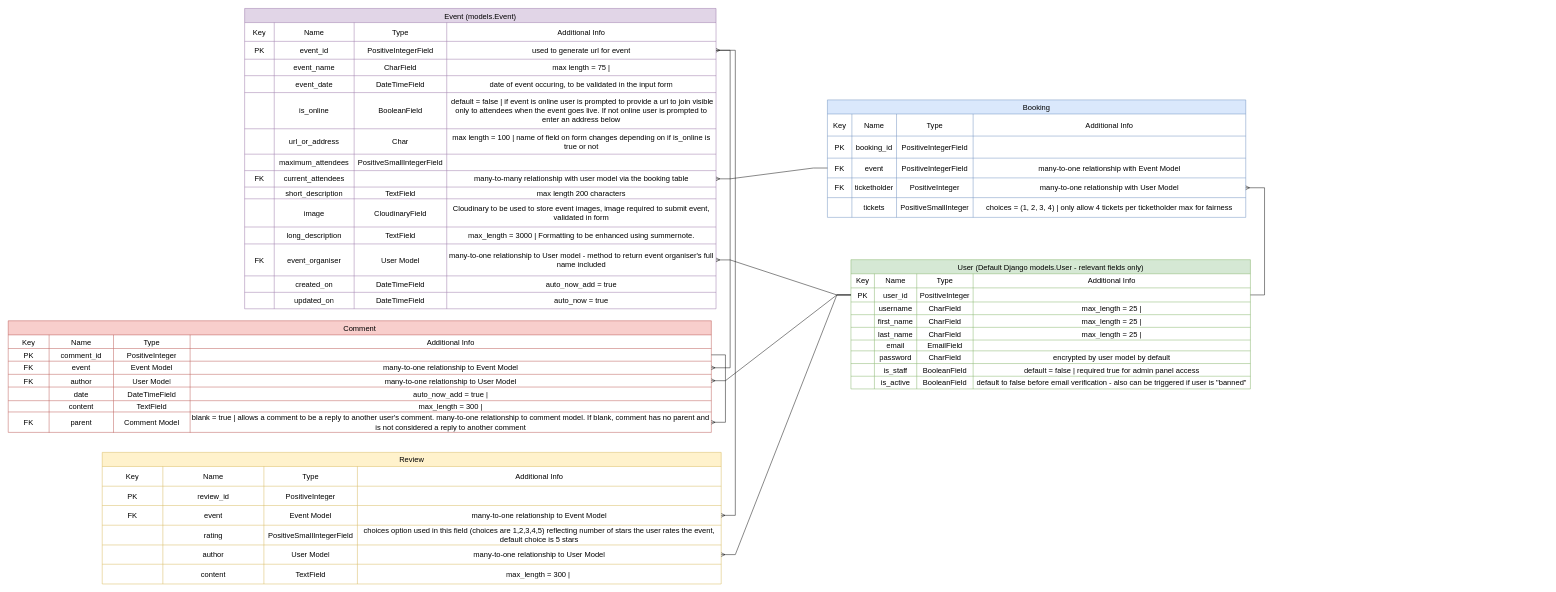
Above: documentation/diagrams/ourglass_model_erd.drawio in Morgana-S/ourglass (draw.io), before the change. Source tidied: cells renumbered, new cells numbered last; positions are measured from the earlier drawing's top-left corner, leaving out a move shared by most shapes. Both pictures are drawn from the tidied source at 47%, with x=0, y=0 at pixel (8, 8).
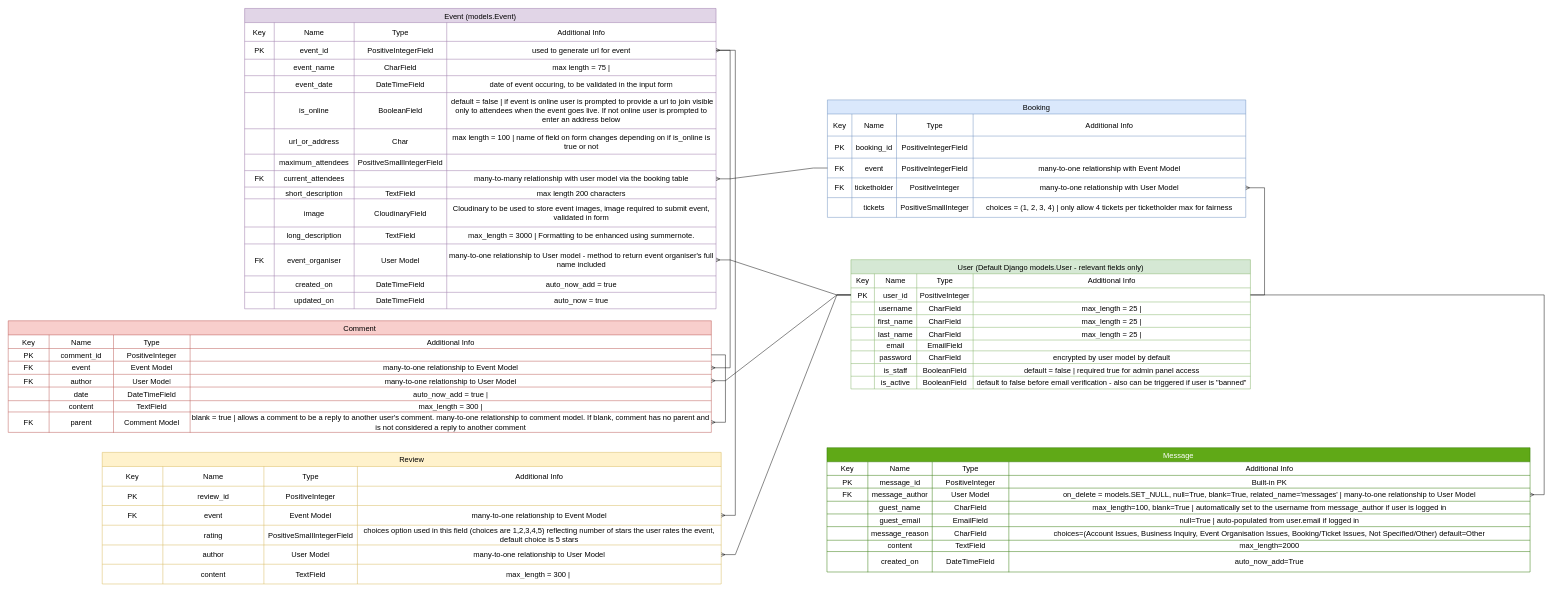
After the change.

Commit message:
Update ERD with message model

The change refers to these unchanged cells:
```xml
<mxCell id="8" style="shape=tableRow;horizontal=0;startSize=0;swimlaneHead=0;swimlaneBody=0;strokeColor=inherit;top=0;left=0;bottom=0;right=0;fillColor=none;points=[[0,0.5],[1,0.5]];portConstraint=eastwest;fontSize=16;" parent="2" vertex="1">
  <mxGeometry y="60" width="850" height="30" as="geometry" />
</mxCell>
```

What changed in the source:
```diff
@@
+    <mxCell id="221" value="Message" style="shape=table;startSize=30;childLayout=tableLayout;strokeColor=#2D7600;fontSize=16;fillColor=#60a917;fontColor=#ffffff;" parent="1" vertex="1">
+      <mxGeometry x="1742" y="934" width="1496" height="264.5" as="geometry" />
+    </mxCell>
+    <mxCell id="222" style="shape=tableRow;horizontal=0;startSize=0;swimlaneHead=0;swimlaneBody=0;strokeColor=inherit;top=0;left=0;bottom=0;right=0;fillColor=none;fontSize=16;" parent="221" vertex="1">
+      <mxGeometry y="30" width="1496" height="29" as="geometry" />
+    </mxCell>
+    <mxCell id="223" value="Key" style="shape=partialRectangle;html=1;whiteSpace=wrap;strokeColor=inherit;overflow=hidden;fillColor=none;top=0;left=0;bottom=0;right=0;fontSize=16;" parent="222" vertex="1">
+      <mxGeometry width="87" height="29" as="geometry" />
+    </mxCell>
+    <mxCell id="224" value="Name" style="shape=partialRectangle;html=1;whiteSpace=wrap;strokeColor=inherit;overflow=hidden;fillColor=none;top=0;left=0;bottom=0;right=0;fontSize=16;" parent="222" vertex="1">
+      <mxGeometry x="87" width="137" height="29" as="geometry" />
+    </mxCell>
+    <mxCell id="225" value="Type" style="shape=partialRectangle;html=1;whiteSpace=wrap;strokeColor=inherit;overflow=hidden;fillColor=none;top=0;left=0;bottom=0;right=0;fontSize=16;" parent="222" vertex="1">
+      <mxGeometry x="224" width="163" height="29" as="geometry" />
+    </mxCell>
+    <mxCell id="226" value="Additional Info" style="shape=partialRectangle;html=1;whiteSpace=wrap;strokeColor=inherit;overflow=hidden;fillColor=none;top=0;left=0;bottom=0;right=0;fontSize=16;" parent="222" vertex="1">
+      <mxGeometry x="387" width="1109" height="29" as="geometry" />
+    </mxCell>
+    <mxCell id="227" style="shape=tableRow;horizontal=0;startSize=0;swimlaneHead=0;swimlaneBody=0;strokeColor=inherit;top=0;left=0;bottom=0;right=0;fillColor=none;fontSize=16;" parent="221" vertex="1">
+      <mxGeometry y="59" width="1496" height="27" as="geometry" />
+    </mxCell>
+    <mxCell id="228" value="PK" style="shape=partialRectangle;html=1;whiteSpace=wrap;strokeColor=inherit;overflow=hidden;fillColor=none;top=0;left=0;bottom=0;right=0;fontSize=16;" parent="227" vertex="1">
+      <mxGeometry width="87" height="27" as="geometry" />
+    </mxCell>
+    <mxCell id="229" value="message_id" style="shape=partialRectangle;html=1;whiteSpace=wrap;strokeColor=inherit;overflow=hidden;fillColor=none;top=0;left=0;bottom=0;right=0;fontSize=16;" parent="227" vertex="1">
+      <mxGeometry x="87" width="137" height="27" as="geometry" />
+    </mxCell>
+    <mxCell id="230" value="PositiveInteger" style="shape=partialRectangle;html=1;whiteSpace=wrap;strokeColor=inherit;overflow=hidden;fillColor=none;top=0;left=0;bottom=0;right=0;fontSize=16;" parent="227" vertex="1">
+      <mxGeometry x="224" width="163" height="27" as="geometry" />
+    </mxCell>
+    <mxCell id="231" value="Built-in PK" style="shape=partialRectangle;html=1;whiteSpace=wrap;strokeColor=inherit;overflow=hidden;fillColor=none;top=0;left=0;bottom=0;right=0;fontSize=16;" parent="227" vertex="1">
+      <mxGeometry x="387" width="1109" height="27" as="geometry" />
+    </mxCell>
+    <mxCell id="232" style="shape=tableRow;horizontal=0;startSize=0;swimlaneHead=0;swimlaneBody=0;strokeColor=inherit;top=0;left=0;bottom=0;right=0;fillColor=none;points=[[0,0.5],[1,0.5]];portConstraint=eastwest;fontSize=16;" parent="221" vertex="1">
+      <mxGeometry y="86" width="1496" height="28" as="geometry" />
+    </mxCell>
+    <mxCell id="233" value="FK" style="shape=partialRectangle;html=1;whiteSpace=wrap;strokeColor=inherit;overflow=hidden;fillColor=none;top=0;left=0;bottom=0;right=0;fontSize=16;" parent="232" vertex="1">
+      <mxGeometry width="87" height="28" as="geometry" />
+    </mxCell>
+    <mxCell id="234" value="message_author" style="shape=partialRectangle;html=1;whiteSpace=wrap;strokeColor=inherit;overflow=hidden;fillColor=none;top=0;left=0;bottom=0;right=0;fontSize=16;" parent="232" vertex="1">
+      <mxGeometry x="87" width="137" height="28" as="geometry" />
+    </mxCell>
+    <mxCell id="235" value="User Model" style="shape=partialRectangle;html=1;whiteSpace=wrap;strokeColor=inherit;overflow=hidden;fillColor=none;top=0;left=0;bottom=0;right=0;fontSize=16;" parent="232" vertex="1">
+      <mxGeometry x="224" width="163" height="28" as="geometry" />
+    </mxCell>
+    <mxCell id="236" value="on_delete = models.SET_NULL, null=True, blank=True, related_name='messages' | many-to-one relationship to User Model" style="shape=partialRectangle;html=1;whiteSpace=wrap;strokeColor=inherit;overflow=hidden;fillColor=none;top=0;left=0;bottom=0;right=0;fontSize=16;" parent="232" vertex="1">
+      <mxGeometry x="387" width="1109" height="28" as="geometry" />
+    </mxCell>
+    <mxCell id="237" style="shape=tableRow;horizontal=0;startSize=0;swimlaneHead=0;swimlaneBody=0;strokeColor=inherit;top=0;left=0;bottom=0;right=0;fillColor=none;fontSize=16;" parent="221" vertex="1">
+      <mxGeometry y="114" width="1496" height="27" as="geometry" />
+    </mxCell>
+    <mxCell id="238" style="shape=partialRectangle;html=1;whiteSpace=wrap;strokeColor=inherit;overflow=hidden;fillColor=none;top=0;left=0;bottom=0;right=0;fontSize=16;" parent="237" vertex="1">
+      <mxGeometry width="87" height="27" as="geometry" />
+    </mxCell>
+    <mxCell id="239" value="guest_name" style="shape=partialRectangle;html=1;whiteSpace=wrap;strokeColor=inherit;overflow=hidden;fillColor=none;top=0;left=0;bottom=0;right=0;fontSize=16;" parent="237" vertex="1">
+      <mxGeometry x="87" width="137" height="27" as="geometry" />
+    </mxCell>
+    <mxCell id="240" value="CharField" style="shape=partialRectangle;html=1;whiteSpace=wrap;strokeColor=inherit;overflow=hidden;fillColor=none;top=0;left=0;bottom=0;right=0;fontSize=16;" parent="237" vertex="1">
+      <mxGeometry x="224" width="163" height="27" as="geometry" />
+    </mxCell>
+    <mxCell id="241" value="max_length=100, blank=True | automatically set to the username from message_author if user is logged in" style="shape=partialRectangle;html=1;whiteSpace=wrap;strokeColor=inherit;overflow=hidden;fillColor=none;top=0;left=0;bottom=0;right=0;fontSize=16;" parent="237" vertex="1">
+      <mxGeometry x="387" width="1109" height="27" as="geometry" />
+    </mxCell>
+    <mxCell id="242" style="shape=tableRow;horizontal=0;startSize=0;swimlaneHead=0;swimlaneBody=0;strokeColor=inherit;top=0;left=0;bottom=0;right=0;fillColor=none;fontSize=16;" parent="221" vertex="1">
+      <mxGeometry y="141" width="1496" height="27" as="geometry" />
+    </mxCell>
+    <mxCell id="243" style="shape=partialRectangle;html=1;whiteSpace=wrap;strokeColor=inherit;overflow=hidden;fillColor=none;top=0;left=0;bottom=0;right=0;fontSize=16;" parent="242" vertex="1">
+      <mxGeometry width="87" height="27" as="geometry" />
+    </mxCell>
+    <mxCell id="244" value="guest_email" style="shape=partialRectangle;html=1;whiteSpace=wrap;strokeColor=inherit;overflow=hidden;fillColor=none;top=0;left=0;bottom=0;right=0;fontSize=16;" parent="242" vertex="1">
+      <mxGeometry x="87" width="137" height="27" as="geometry" />
+    </mxCell>
+    <mxCell id="245" value="EmailField" style="shape=partialRectangle;html=1;whiteSpace=wrap;strokeColor=inherit;overflow=hidden;fillColor=none;top=0;left=0;bottom=0;right=0;fontSize=16;" parent="242" vertex="1">
+      <mxGeometry x="224" width="163" height="27" as="geometry" />
+    </mxCell>
+    <mxCell id="246" value="null=True | auto-populated from user.email if logged in" style="shape=partialRectangle;html=1;whiteSpace=wrap;strokeColor=inherit;overflow=hidden;fillColor=none;top=0;left=0;bottom=0;right=0;fontSize=16;" parent="242" vertex="1">
+      <mxGeometry x="387" width="1109" height="27" as="geometry" />
+    </mxCell>
+    <mxCell id="247" style="shape=tableRow;horizontal=0;startSize=0;swimlaneHead=0;swimlaneBody=0;strokeColor=inherit;top=0;left=0;bottom=0;right=0;fillColor=none;fontSize=16;" parent="221" vertex="1">
+      <mxGeometry y="168" width="1496" height="29" as="geometry" />
+    </mxCell>
+    <mxCell id="248" style="shape=partialRectangle;html=1;whiteSpace=wrap;strokeColor=inherit;overflow=hidden;fillColor=none;top=0;left=0;bottom=0;right=0;fontSize=16;" parent="247" vertex="1">
+      <mxGeometry width="87" height="29" as="geometry" />
+    </mxCell>
+    <mxCell id="249" value="message_reason" style="shape=partialRectangle;html=1;whiteSpace=wrap;strokeColor=inherit;overflow=hidden;fillColor=none;top=0;left=0;bottom=0;right=0;fontSize=16;" parent="247" vertex="1">
+      <mxGeometry x="87" width="137" height="29" as="geometry" />
+    </mxCell>
+    <mxCell id="250" value="CharField" style="shape=partialRectangle;html=1;whiteSpace=wrap;strokeColor=inherit;overflow=hidden;fillColor=none;top=0;left=0;bottom=0;right=0;fontSize=16;" parent="247" vertex="1">
+      <mxGeometry x="224" width="163" height="29" as="geometry" />
+    </mxCell>
+    <mxCell id="251" value="choices=(Account Issues, Business Inquiry, Event Organisation Issues, Booking/Ticket Issues, Not Specified/Other) default=Other" style="shape=partialRectangle;html=1;whiteSpace=wrap;strokeColor=inherit;overflow=hidden;fillColor=none;top=0;left=0;bottom=0;right=0;fontSize=16;" parent="247" vertex="1">
+      <mxGeometry x="387" width="1109" height="29" as="geometry" />
+    </mxCell>
+    <mxCell id="252" style="shape=tableRow;horizontal=0;startSize=0;swimlaneHead=0;swimlaneBody=0;strokeColor=inherit;top=0;left=0;bottom=0;right=0;fillColor=none;fontSize=16;" parent="221" vertex="1">
+      <mxGeometry y="197" width="1496" height="24" as="geometry" />
+    </mxCell>
+    <mxCell id="253" style="shape=partialRectangle;html=1;whiteSpace=wrap;strokeColor=inherit;overflow=hidden;fillColor=none;top=0;left=0;bottom=0;right=0;fontSize=16;" parent="252" vertex="1">
+      <mxGeometry width="87" height="24" as="geometry" />
+    </mxCell>
+    <mxCell id="254" value="content" style="shape=partialRectangle;html=1;whiteSpace=wrap;strokeColor=inherit;overflow=hidden;fillColor=none;top=0;left=0;bottom=0;right=0;fontSize=16;" parent="252" vertex="1">
+      <mxGeometry x="87" width="137" height="24" as="geometry" />
+    </mxCell>
+    <mxCell id="255" value="TextField" style="shape=partialRectangle;html=1;whiteSpace=wrap;strokeColor=inherit;overflow=hidden;fillColor=none;top=0;left=0;bottom=0;right=0;fontSize=16;" parent="252" vertex="1">
+      <mxGeometry x="224" width="163" height="24" as="geometry" />
+    </mxCell>
+    <mxCell id="256" value="max_length=2000" style="shape=partialRectangle;html=1;whiteSpace=wrap;strokeColor=inherit;overflow=hidden;fillColor=none;top=0;left=0;bottom=0;right=0;fontSize=16;" parent="252" vertex="1">
+      <mxGeometry x="387" width="1109" height="24" as="geometry" />
+    </mxCell>
+    <mxCell id="257" style="shape=tableRow;horizontal=0;startSize=0;swimlaneHead=0;swimlaneBody=0;strokeColor=inherit;top=0;left=0;bottom=0;right=0;fillColor=none;fontSize=16;" parent="221" vertex="1">
+      <mxGeometry y="221" width="1496" height="44" as="geometry" />
+    </mxCell>
+    <mxCell id="258" style="shape=partialRectangle;html=1;whiteSpace=wrap;strokeColor=inherit;overflow=hidden;fillColor=none;top=0;left=0;bottom=0;right=0;fontSize=16;" parent="257" vertex="1">
+      <mxGeometry width="87" height="44" as="geometry" />
+    </mxCell>
+    <mxCell id="259" value="created_on" style="shape=partialRectangle;html=1;whiteSpace=wrap;strokeColor=inherit;overflow=hidden;fillColor=none;top=0;left=0;bottom=0;right=0;fontSize=16;" parent="257" vertex="1">
+      <mxGeometry x="87" width="137" height="44" as="geometry" />
+    </mxCell>
+    <mxCell id="260" value="DateTimeField" style="shape=partialRectangle;html=1;whiteSpace=wrap;strokeColor=inherit;overflow=hidden;fillColor=none;top=0;left=0;bottom=0;right=0;fontSize=16;" parent="257" vertex="1">
+      <mxGeometry x="224" width="163" height="44" as="geometry" />
+    </mxCell>
+    <mxCell id="261" value="auto_now_add=True" style="shape=partialRectangle;html=1;whiteSpace=wrap;strokeColor=inherit;overflow=hidden;fillColor=none;top=0;left=0;bottom=0;right=0;fontSize=16;" parent="257" vertex="1">
+      <mxGeometry x="387" width="1109" height="44" as="geometry" />
+    </mxCell>
+    <mxCell id="262" style="edgeStyle=entityRelationEdgeStyle;fontSize=12;html=1;endArrow=ERmany;rounded=0;" parent="1" edge="1" source="8" target="232">
+      <mxGeometry relative="1" as="geometry">
+        <Array as="points">
+          <mxPoint x="3343" y="694" />
+          <mxPoint x="3233" y="904" />
+        </Array>
+      </mxGeometry>
+    </mxCell>
```
